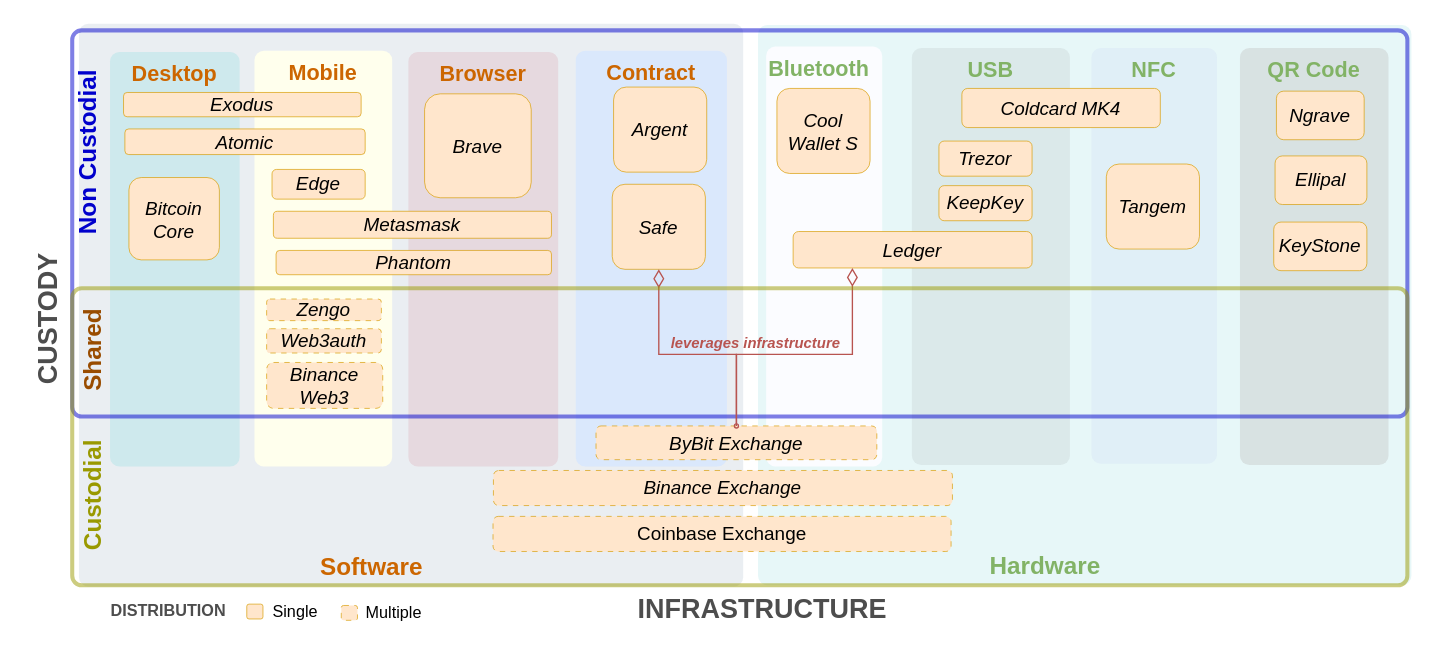
dlt-science/ai-blockchain keeps this draw.io diagram as page "taxonomy" (1 of 2) of assets/crypto-wallets-taxonomy.drawio.drawio. Above is the earlier version. Source tidied: cells renumbered, new cells numbered last; positions are measured from the earlier drawing's top-left corner, leaving out a move shared by most shapes. Both pictures are drawn from the tidied source at 135%, with x=0, y=0 at pixel (-31, 23).
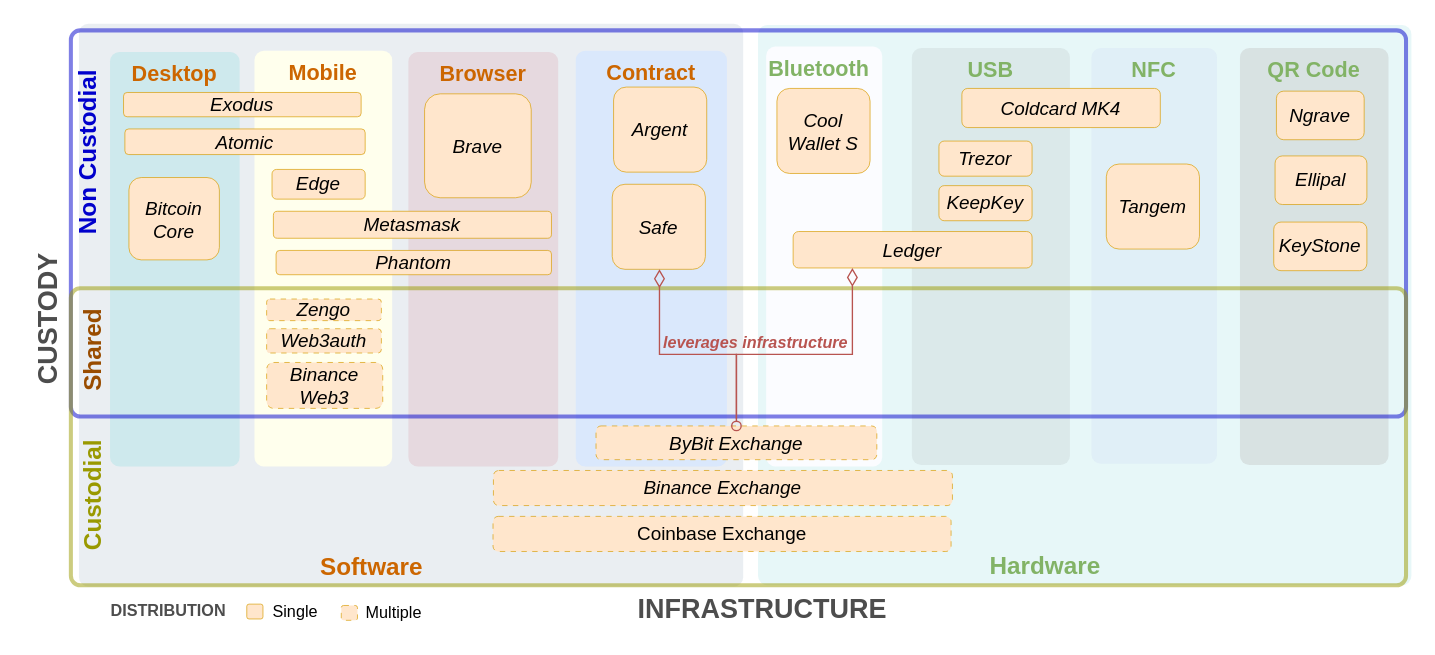
The same page after the edit.

The change refers to these unchanged cells:
```xml
<mxCell id="22" value="&lt;i style=&quot;text-wrap-mode: nowrap;&quot;&gt;ByBit Exchange&lt;/i&gt;" style="rounded=1;whiteSpace=wrap;html=1;fillColor=#ffe6cc;strokeWidth=0.5;dashed=1;dashPattern=8 8;fontSize=14;strokeColor=#d79b00;" parent="1" vertex="1">
  <mxGeometry x="464" y="298" width="208" height="25" as="geometry" />
</mxCell>
<mxCell id="38" value="&lt;i style=&quot;text-wrap-mode: nowrap;&quot;&gt;Ledger&lt;/i&gt;" style="rounded=1;whiteSpace=wrap;html=1;fillColor=#ffe6cc;strokeWidth=0.5;fontSize=14;strokeColor=#d79b00;" parent="1" vertex="1">
  <mxGeometry x="610" y="154" width="177" height="27" as="geometry" />
</mxCell>
<mxCell id="40" value="&lt;span style=&quot;text-wrap-mode: nowrap;&quot;&gt;&lt;i&gt;Safe&lt;/i&gt;&lt;/span&gt;" style="rounded=1;whiteSpace=wrap;html=1;fillColor=#ffe6cc;strokeWidth=0.5;fontSize=14;strokeColor=#d79b00;" parent="1" vertex="1">
  <mxGeometry x="476" y="119" width="69" height="63" as="geometry" />
</mxCell>
```

Diff of the diagram source:
```diff
@@
     <mxCell id="25" style="rounded=1;whiteSpace=wrap;html=1;absoluteArcSize=1;arcSize=14;strokeWidth=3;fillColor=none;strokeColor=#0000CC;rotation=0;align=right;verticalAlign=bottom;spacingBottom=0;labelBackgroundColor=none;spacing=2;spacingRight=58;fontColor=#333333;opacity=50;" parent="1" vertex="1">
-      <mxGeometry x="76" y="5" width="989" height="286" as="geometry" />
+      <mxGeometry x="75" y="5" width="989" height="286" as="geometry" />
     </mxCell>
@@
+    <mxCell id="50" style="rounded=1;whiteSpace=wrap;html=1;absoluteArcSize=1;arcSize=14;strokeWidth=3;fillColor=none;strokeColor=#999900;rotation=0;align=right;verticalAlign=bottom;spacingBottom=0;labelBackgroundColor=none;spacing=2;spacingRight=58;fontColor=#333333;opacity=50;" parent="1" vertex="1">
+      <mxGeometry x="75" y="196" width="989" height="220" as="geometry" />
+    </mxCell>
+    <mxCell id="49" value="&lt;i&gt;&lt;font style=&quot;color: rgb(184, 84, 80); font-size: 12px;&quot;&gt;&lt;b style=&quot;&quot;&gt;leverages infrastructure&lt;/b&gt;&lt;/font&gt;&lt;/i&gt;" style="text;html=1;align=center;verticalAlign=middle;whiteSpace=wrap;rounded=0;fontSize=10;labelBackgroundColor=none;" parent="1" vertex="1">
+      <mxGeometry x="513" y="227" width="139" height="19" as="geometry" />
+    </mxCell>
-    <mxCell id="47" style="edgeStyle=orthogonalEdgeStyle;rounded=0;jettySize=auto;html=1;endArrow=diamondThin;endFill=0;strokeWidth=1;strokeColor=#b85450;exitX=0.5;exitY=0;exitDx=0;exitDy=0;fillColor=#f8cecc;endSize=11;" parent="1" edge="1" source="22" target="40">
-      <mxGeometry relative="1" as="geometry" />
+    <mxCell id="47" style="edgeStyle=orthogonalEdgeStyle;rounded=0;jettySize=auto;html=1;endArrow=diamondThin;endFill=0;strokeWidth=1;strokeColor=#b85450;fillColor=#f8cecc;endSize=11;" parent="1" edge="1" target="40">
+      <mxGeometry relative="1" as="geometry">
+        <mxPoint x="568" y="293" as="sourcePoint" />
+        <Array as="points">
+          <mxPoint x="568" y="245" />
+          <mxPoint x="511" y="245" />
+        </Array>
+      </mxGeometry>
     </mxCell>
-    <mxCell id="48" style="edgeStyle=orthogonalEdgeStyle;rounded=0;jettySize=auto;html=1;endArrow=diamondThin;endFill=0;startArrow=oval;startFill=0;startSize=3;strokeWidth=1;strokeColor=#b85450;entryX=0.248;entryY=1.001;entryDx=0;entryDy=0;entryPerimeter=0;fillColor=#f8cecc;endSize=11;" parent="1" edge="1" source="22" target="38">
+    <mxCell id="48" style="edgeStyle=orthogonalEdgeStyle;rounded=0;jettySize=auto;html=1;endArrow=diamondThin;endFill=0;startArrow=oval;startFill=0;startSize=7;strokeWidth=1;strokeColor=#b85450;entryX=0.248;entryY=1.001;entryDx=0;entryDy=0;entryPerimeter=0;fillColor=#f8cecc;endSize=11;" parent="1" edge="1" source="22" target="38">
       <mxGeometry relative="1" as="geometry">
         <Array as="points">
           <mxPoint x="568" y="245" />
           <mxPoint x="654" y="245" />
         </Array>
       </mxGeometry>
     </mxCell>
-    <mxCell id="49" value="&lt;i&gt;&lt;font style=&quot;color: rgb(184, 84, 80); font-size: 11px;&quot;&gt;&lt;b style=&quot;&quot;&gt;leverages infrastructure&lt;/b&gt;&lt;/font&gt;&lt;/i&gt;" style="text;html=1;align=center;verticalAlign=middle;whiteSpace=wrap;rounded=0;fontSize=10;labelBackgroundColor=none;" parent="1" vertex="1">
-      <mxGeometry x="518" y="227" width="129" height="19" as="geometry" />
-    </mxCell>
-    <mxCell id="50" style="rounded=1;whiteSpace=wrap;html=1;absoluteArcSize=1;arcSize=14;strokeWidth=3;fillColor=none;strokeColor=#999900;rotation=0;align=right;verticalAlign=bottom;spacingBottom=0;labelBackgroundColor=none;spacing=2;spacingRight=58;fontColor=#333333;opacity=50;" parent="1" vertex="1">
-      <mxGeometry x="76" y="196" width="989" height="220" as="geometry" />
-    </mxCell>
```
